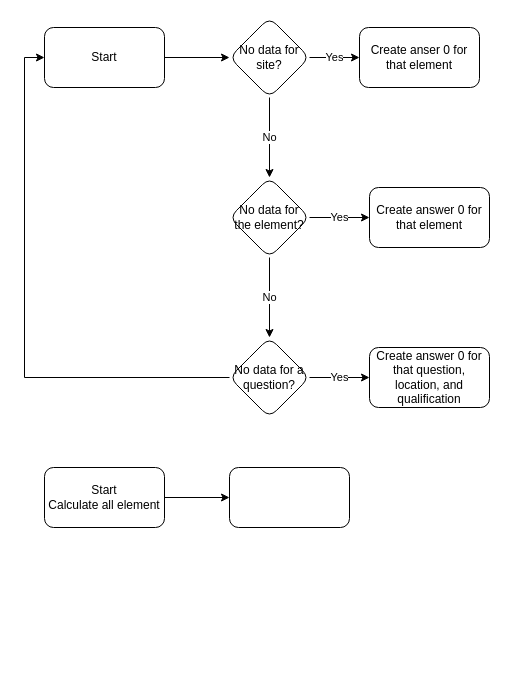
Above: Conditionals.drawio in samiframadhan/drawio (draw.io), before the change. Source tidied: cells renumbered, new cells numbered last; positions are measured from the earlier drawing's top-left corner, leaving out a move shared by most shapes. Both pictures are drawn from the tidied source at 100%, with x=0, y=0 at pixel (44, 17).
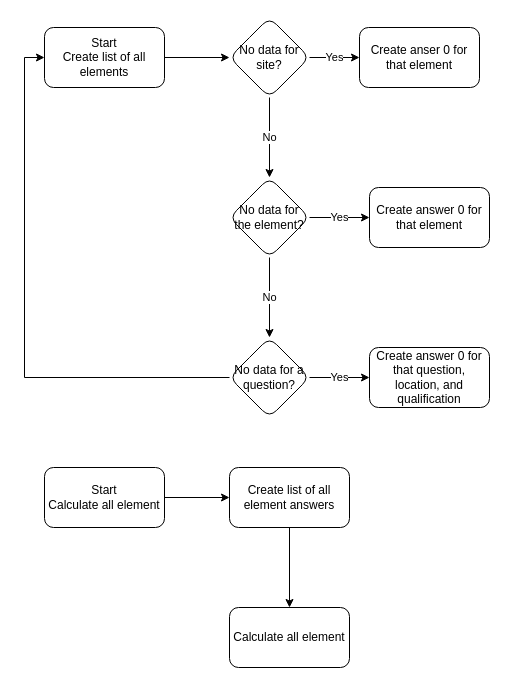
The same page after the edit.

What changed in the source:
```diff
@@
-    <mxCell id="3" value="Start" style="rounded=1;whiteSpace=wrap;html=1;" parent="1" vertex="1">
+    <mxCell id="3" value="Start&lt;br&gt;Create list of all elements" style="rounded=1;whiteSpace=wrap;html=1;" parent="1" vertex="1">
       <mxGeometry y="10" width="120" height="60" as="geometry" />
     </mxCell>
@@
+    <mxCell id="19" style="edgeStyle=orthogonalEdgeStyle;rounded=0;jettySize=auto;html=1;" parent="1" edge="1" source="18" target="20">
+      <mxGeometry relative="1" as="geometry" />
+    </mxCell>
-    <mxCell id="18" style="whiteSpace=wrap;html=1;rounded=1;" parent="1" vertex="1">
+    <mxCell id="18" value="Create list of all element answers" style="whiteSpace=wrap;html=1;rounded=1;" parent="1" vertex="1">
       <mxGeometry x="185" y="450" width="120" height="60" as="geometry" />
     </mxCell>
+    <mxCell id="20" value="Calculate all element" style="whiteSpace=wrap;html=1;rounded=1;" parent="1" vertex="1">
+      <mxGeometry x="185" y="590" width="120" height="60" as="geometry" />
+    </mxCell>
```
